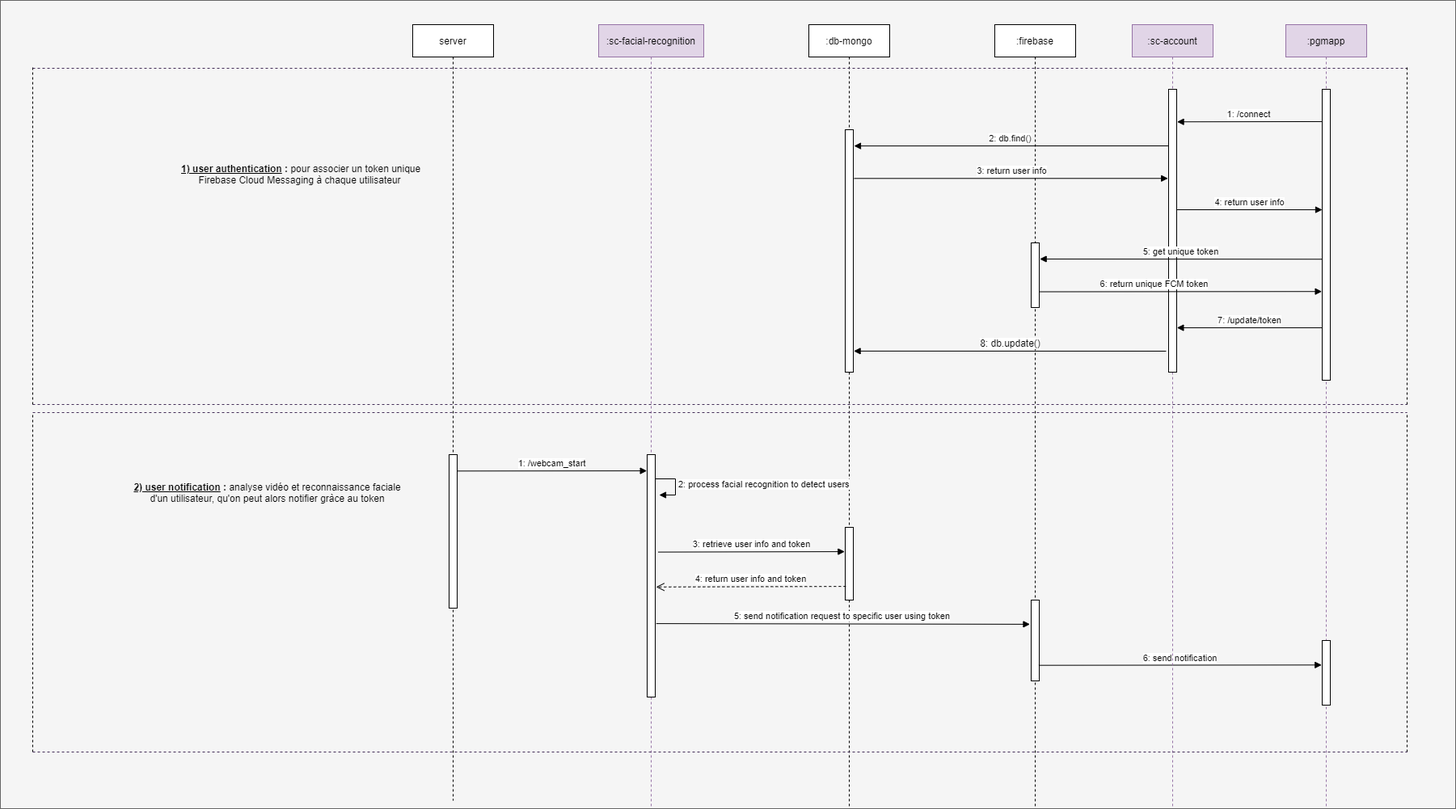
jessicaraman/pds-stardust keeps this draw.io diagram as diagrams/R2/uc2-ncc-facial-recognition/SequenceDiagram.png. Above is the earlier version. Source tidied: cells renumbered, new cells last; positions are measured from the earlier drawing's top-left corner, leaving out a move shared by most shapes.
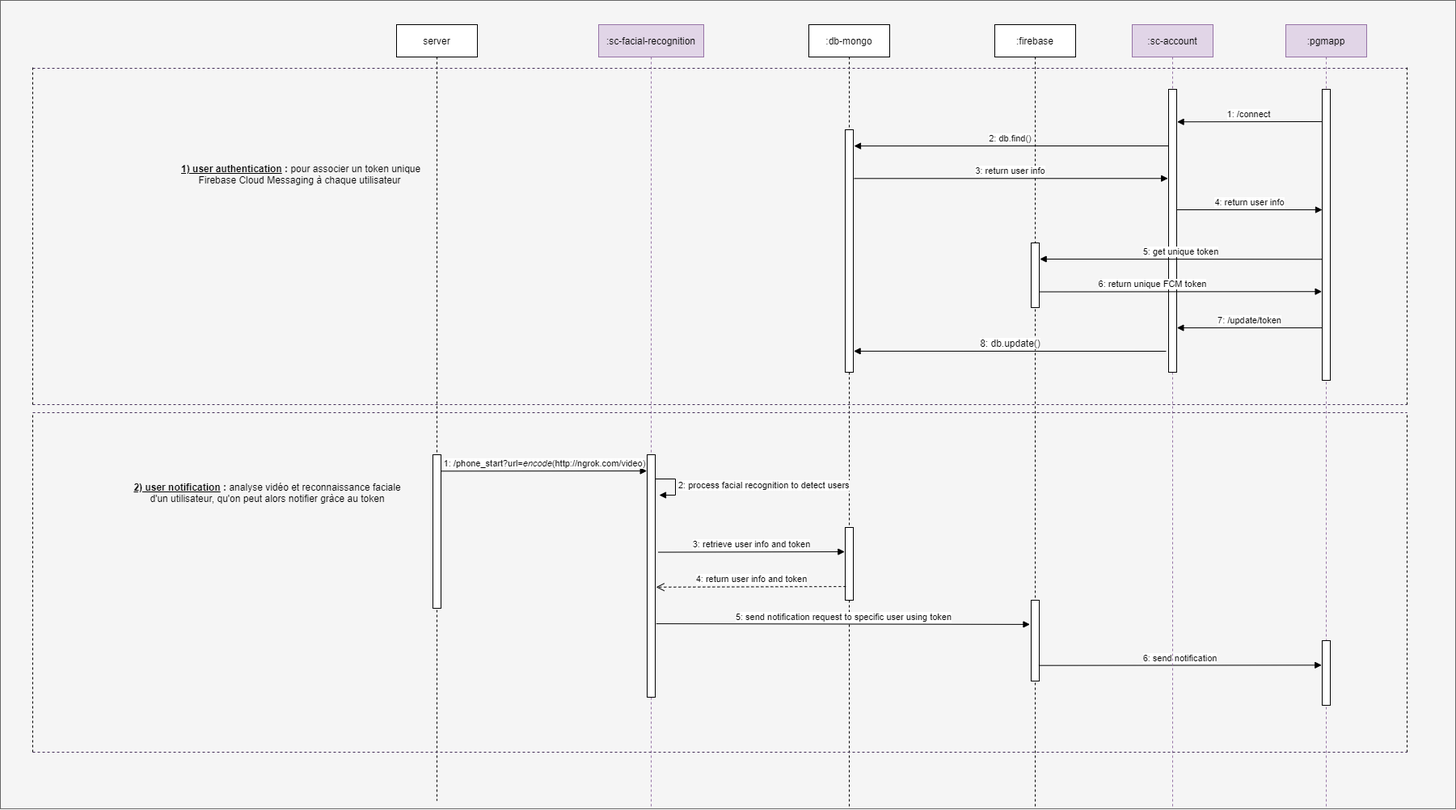
The same diagram one commit later.

Commit message:
Update endpoint webcam_start to phone_start in sequence diagram, change sc-facial-recognition.py to app.py in deployment diagram and update staging prod to prod (9990)

The edit, as a diff of the source:
```diff
@@ -6,7 +6,7 @@
       <mxGeometry width="1800" height="1000" as="geometry" />
     </mxCell>
     <mxCell id="3" value="server" style="shape=umlLifeline;perimeter=lifelinePerimeter;whiteSpace=wrap;html=1;" parent="1" vertex="1">
-      <mxGeometry x="510" y="30" width="100" height="960" as="geometry" />
+      <mxGeometry x="490" y="30" width="100" height="960" as="geometry" />
     </mxCell>
     <mxCell id="4" style="html=1;points=[];perimeter=orthogonalPerimeter;" parent="3" vertex="1">
       <mxGeometry x="45" y="532" width="10" height="190" as="geometry" />
@@ -17,7 +17,7 @@
     <mxCell id="6" style="html=1;points=[];perimeter=orthogonalPerimeter;" parent="5" vertex="1">
       <mxGeometry x="60" y="532" width="10" height="300" as="geometry" />
     </mxCell>
-    <mxCell id="7" value="1: /webcam_start" style="html=1;verticalAlign=bottom;endArrow=block;exitX=0.958;exitY=0.107;exitDx=0;exitDy=0;exitPerimeter=0;entryX=-0.034;entryY=0.067;entryDx=0;entryDy=0;entryPerimeter=0;" parent="1" edge="1" source="4" target="6">
+    <mxCell id="7" value="1: /phone_start?url=&lt;i&gt;encode&lt;/i&gt;(http://ngrok.com/video)" style="html=1;verticalAlign=bottom;endArrow=block;exitX=0.958;exitY=0.107;exitDx=0;exitDy=0;exitPerimeter=0;entryX=-0.034;entryY=0.067;entryDx=0;entryDy=0;entryPerimeter=0;" parent="1" edge="1" source="4" target="6">
       <mxGeometry relative="1" as="geometry" />
     </mxCell>
     <mxCell id="8" value=":db-mongo" style="shape=umlLifeline;perimeter=lifelinePerimeter;whiteSpace=wrap;html=1;" parent="1" vertex="1">
```
